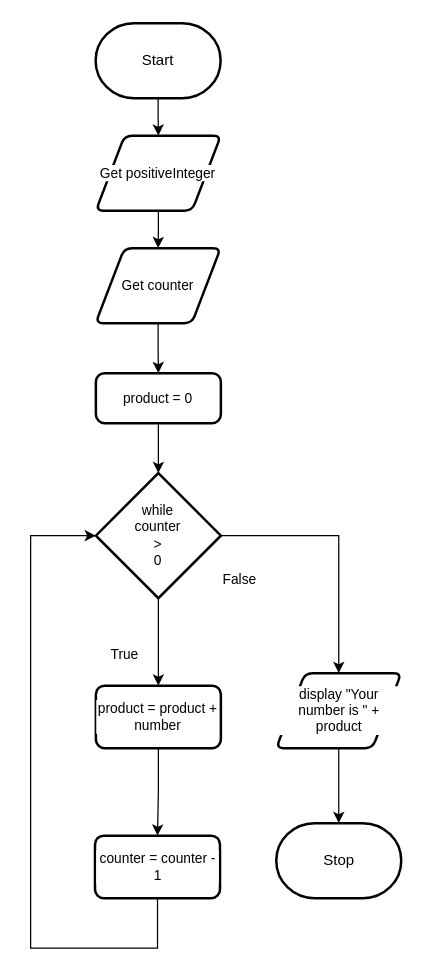
The draw.io diagram design/flowchart.drawio in MTHS-ICD2O-1-2024/ICD2O-Unit-5-06-bain-liao-1, before the edit. Source tidied: cells renumbered, new cells numbered last; positions are measured from the earlier drawing's top-left corner, leaving out a move shared by most shapes. Both pictures are drawn from the tidied source at 125%, with x=0, y=0 at pixel (30, 22).
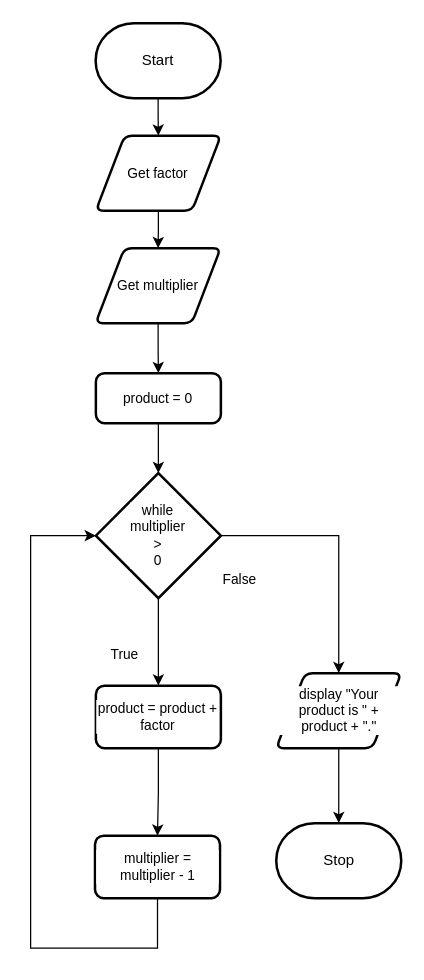
The same page after the edit.

Commit message (it also covers changes not shown here):
updated flowchart and storyboard

Change to the diagram source:
```diff
@@
-    <mxCell id="6" value="while&lt;div&gt;counter&lt;/div&gt;&lt;div&gt;&amp;gt;&lt;/div&gt;&lt;div&gt;0&lt;/div&gt;" style="strokeWidth=2;html=1;shape=mxgraph.flowchart.decision;whiteSpace=wrap;fontFamily=Helvetica;fontSize=11;fontColor=default;labelBackgroundColor=default;" parent="1" vertex="1">
+    <mxCell id="6" value="while&lt;div&gt;multiplier&lt;/div&gt;&lt;div&gt;&amp;gt;&lt;/div&gt;&lt;div&gt;0&lt;/div&gt;" style="strokeWidth=2;html=1;shape=mxgraph.flowchart.decision;whiteSpace=wrap;fontFamily=Helvetica;fontSize=11;fontColor=default;labelBackgroundColor=default;" parent="1" vertex="1">
       <mxGeometry x="52.2" y="360" width="100" height="100" as="geometry" />
     </mxCell>
@@
-    <mxCell id="10" value="Get positiveInteger" style="shape=parallelogram;html=1;strokeWidth=2;perimeter=parallelogramPerimeter;whiteSpace=wrap;rounded=1;arcSize=12;size=0.23;fontFamily=Helvetica;fontSize=11;fontColor=default;labelBackgroundColor=default;" parent="1" vertex="1">
+    <mxCell id="10" value="Get factor" style="shape=parallelogram;html=1;strokeWidth=2;perimeter=parallelogramPerimeter;whiteSpace=wrap;rounded=1;arcSize=12;size=0.23;fontFamily=Helvetica;fontSize=11;fontColor=default;labelBackgroundColor=default;" parent="1" vertex="1">
       <mxGeometry x="52.2" y="90" width="100" height="60" as="geometry" />
     </mxCell>
@@
-    <mxCell id="13" value="Get counter" style="shape=parallelogram;html=1;strokeWidth=2;perimeter=parallelogramPerimeter;whiteSpace=wrap;rounded=1;arcSize=12;size=0.23;fontFamily=Helvetica;fontSize=11;fontColor=default;labelBackgroundColor=default;" parent="1" vertex="1">
+    <mxCell id="13" value="Get multiplier" style="shape=parallelogram;html=1;strokeWidth=2;perimeter=parallelogramPerimeter;whiteSpace=wrap;rounded=1;arcSize=12;size=0.23;fontFamily=Helvetica;fontSize=11;fontColor=default;labelBackgroundColor=default;" parent="1" vertex="1">
       <mxGeometry x="52" y="180" width="100" height="60" as="geometry" />
     </mxCell>
@@
-    <mxCell id="15" value="product = product + number" style="rounded=1;whiteSpace=wrap;html=1;absoluteArcSize=1;arcSize=14;strokeWidth=2;fontFamily=Helvetica;fontSize=11;fontColor=default;labelBackgroundColor=default;" parent="1" vertex="1">
+    <mxCell id="15" value="product = product + factor" style="rounded=1;whiteSpace=wrap;html=1;absoluteArcSize=1;arcSize=14;strokeWidth=2;fontFamily=Helvetica;fontSize=11;fontColor=default;labelBackgroundColor=default;" parent="1" vertex="1">
       <mxGeometry x="52.2" y="530" width="100" height="50" as="geometry" />
     </mxCell>
-    <mxCell id="16" value="counter = counter - 1" style="rounded=1;whiteSpace=wrap;html=1;absoluteArcSize=1;arcSize=14;strokeWidth=2;fontFamily=Helvetica;fontSize=11;fontColor=default;labelBackgroundColor=default;" parent="1" vertex="1">
+    <mxCell id="16" value="multiplier = multiplier - 1" style="rounded=1;whiteSpace=wrap;html=1;absoluteArcSize=1;arcSize=14;strokeWidth=2;fontFamily=Helvetica;fontSize=11;fontColor=default;labelBackgroundColor=default;" parent="1" vertex="1">
       <mxGeometry x="51.5" y="650" width="100" height="50" as="geometry" />
     </mxCell>
@@
-    <mxCell id="18" value="display &quot;Your number is &quot; + product" style="shape=parallelogram;html=1;strokeWidth=2;perimeter=parallelogramPerimeter;whiteSpace=wrap;rounded=1;arcSize=12;size=0.23;fontFamily=Helvetica;fontSize=11;fontColor=default;labelBackgroundColor=default;" parent="1" vertex="1">
+    <mxCell id="18" value="display &quot;Your product is &quot; + product + &quot;.&quot;" style="shape=parallelogram;html=1;strokeWidth=2;perimeter=parallelogramPerimeter;whiteSpace=wrap;rounded=1;arcSize=12;size=0.23;fontFamily=Helvetica;fontSize=11;fontColor=default;labelBackgroundColor=default;" parent="1" vertex="1">
       <mxGeometry x="196.5" y="520" width="100" height="60" as="geometry" />
     </mxCell>
```
